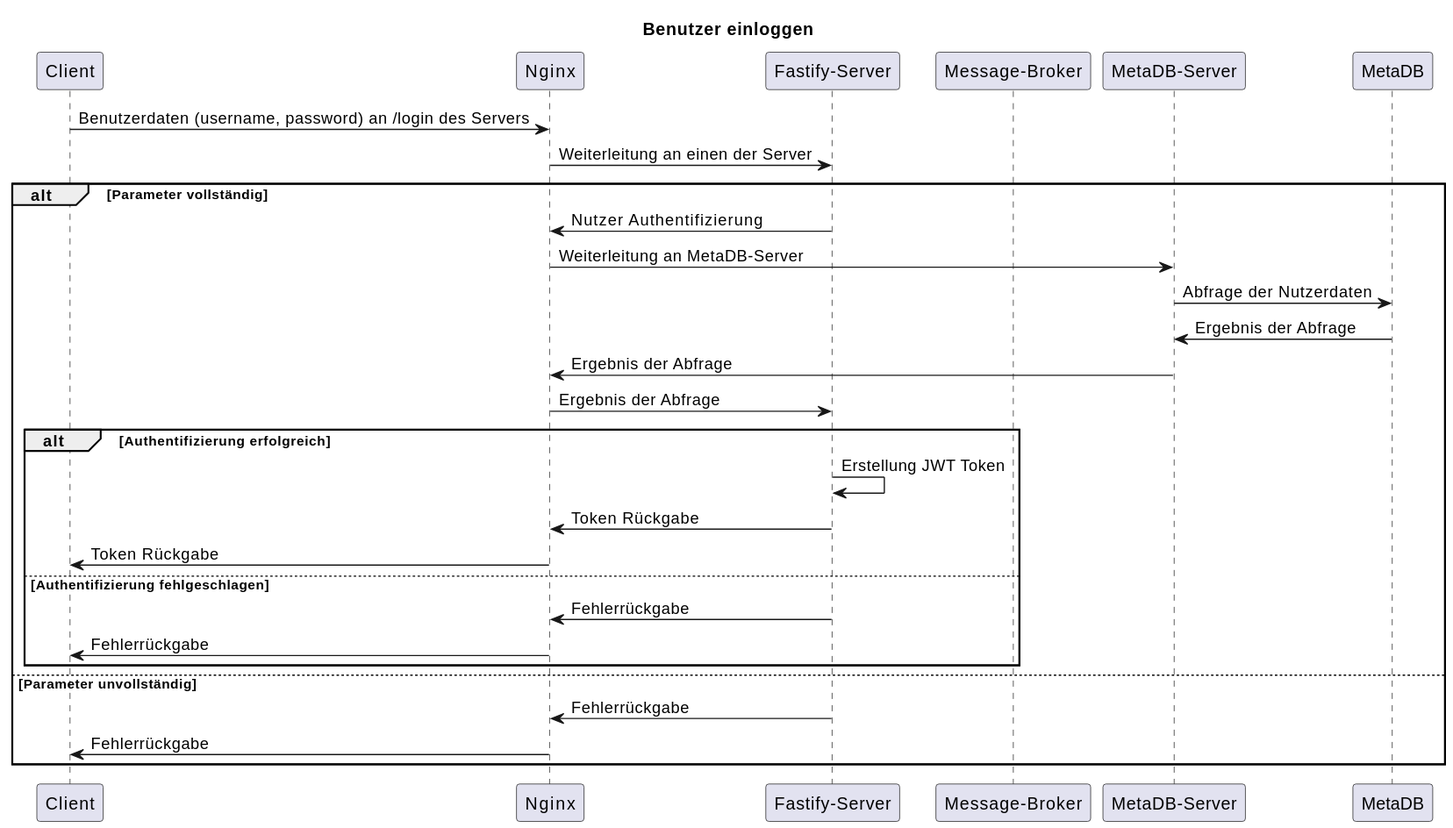
This is documentation/login-account-sequence.svg from TH-Projects/FileNest, a PlantUML export, as it was before one commit. Source of this version:
```plantuml
@startuml
title Benutzer einloggen

participant "Client" as Client
participant "Nginx" as Nginx
participant "Fastify-Server" as Server
participant "Message-Broker" as Broker
participant "MetaDB-Server" as MetaDBServer
participant "MetaDB" as MetaDB

Client -> Nginx: Benutzerdaten (username, password) an /login des Servers
Nginx -> Server: Weiterleitung an einen der Server

alt Parameter vollständig
    Server -> Nginx: Nutzer Authentifizierung
    Nginx -> MetaDBServer: Weiterleitung an MetaDB-Server
    MetaDBServer -> MetaDB: Abfrage der Nutzerdaten
    MetaDB -> MetaDBServer: Ergebnis der Abfrage
    MetaDBServer -> Nginx: Ergebnis der Abfrage
    Nginx -> Server: Ergebnis der Abfrage
    alt Authentifizierung erfolgreich
        Server -> Server: Erstellung JWT Token
        Server -> Nginx: Token Rückgabe
        Nginx -> Client: Token Rückgabe
    else Authentifizierung fehlgeschlagen
        Server -> Nginx: Fehlerrückgabe
        Nginx -> Client: Fehlerrückgabe
    end

else Parameter unvollständig
    Server -> Nginx: Fehlerrückgabe
    Nginx -> Client: Fehlerrückgabe
end
@enduml
```
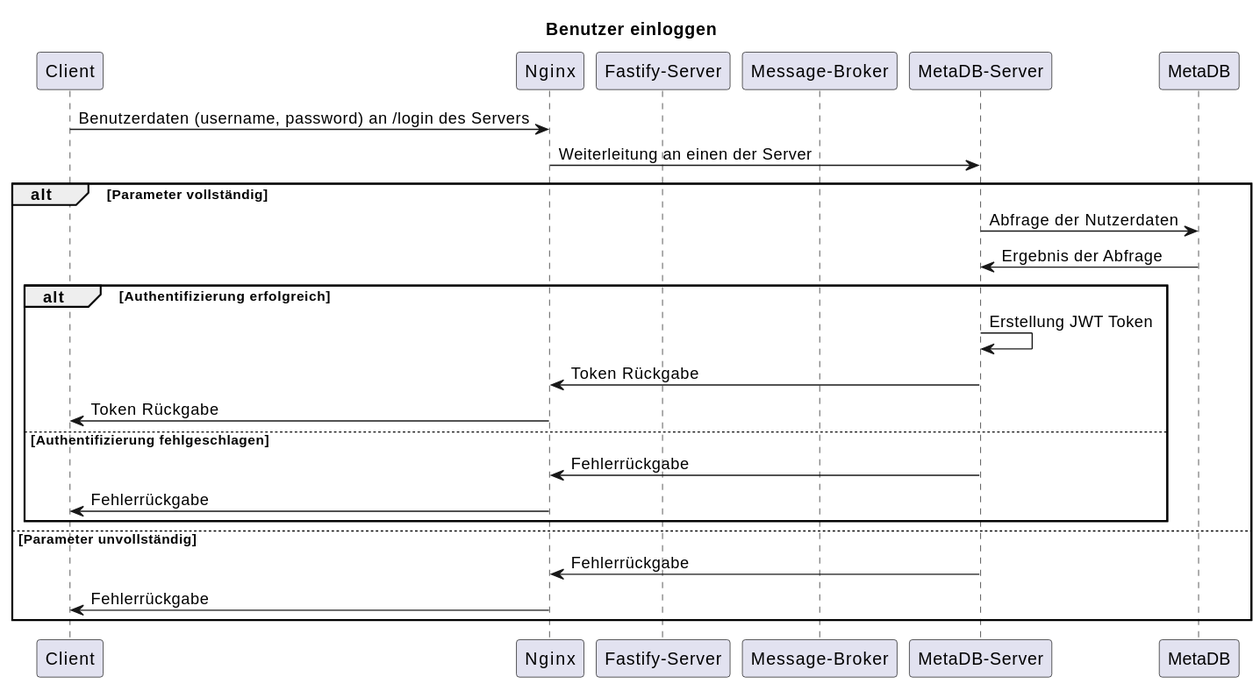
The same diagram one commit later.

Commit message:
Updated sequence diagramms

Diff of the diagram source:
```diff
@@ -9,26 +9,22 @@
 participant "MetaDB" as MetaDB
 
 Client -> Nginx: Benutzerdaten (username, password) an /login des Servers
-Nginx -> Server: Weiterleitung an einen der Server
+Nginx -> MetaDBServer: Weiterleitung an einen der Server
 
 alt Parameter vollständig
-    Server -> Nginx: Nutzer Authentifizierung
-    Nginx -> MetaDBServer: Weiterleitung an MetaDB-Server
     MetaDBServer -> MetaDB: Abfrage der Nutzerdaten
     MetaDB -> MetaDBServer: Ergebnis der Abfrage
-    MetaDBServer -> Nginx: Ergebnis der Abfrage
-    Nginx -> Server: Ergebnis der Abfrage
     alt Authentifizierung erfolgreich
-        Server -> Server: Erstellung JWT Token
-        Server -> Nginx: Token Rückgabe
+        MetaDBServer -> MetaDBServer: Erstellung JWT Token
+        MetaDBServer -> Nginx: Token Rückgabe
         Nginx -> Client: Token Rückgabe
     else Authentifizierung fehlgeschlagen
-        Server -> Nginx: Fehlerrückgabe
+        MetaDBServer -> Nginx: Fehlerrückgabe
         Nginx -> Client: Fehlerrückgabe
     end
 
 else Parameter unvollständig
-    Server -> Nginx: Fehlerrückgabe
+    MetaDBServer -> Nginx: Fehlerrückgabe
     Nginx -> Client: Fehlerrückgabe
 end
 @enduml
```
